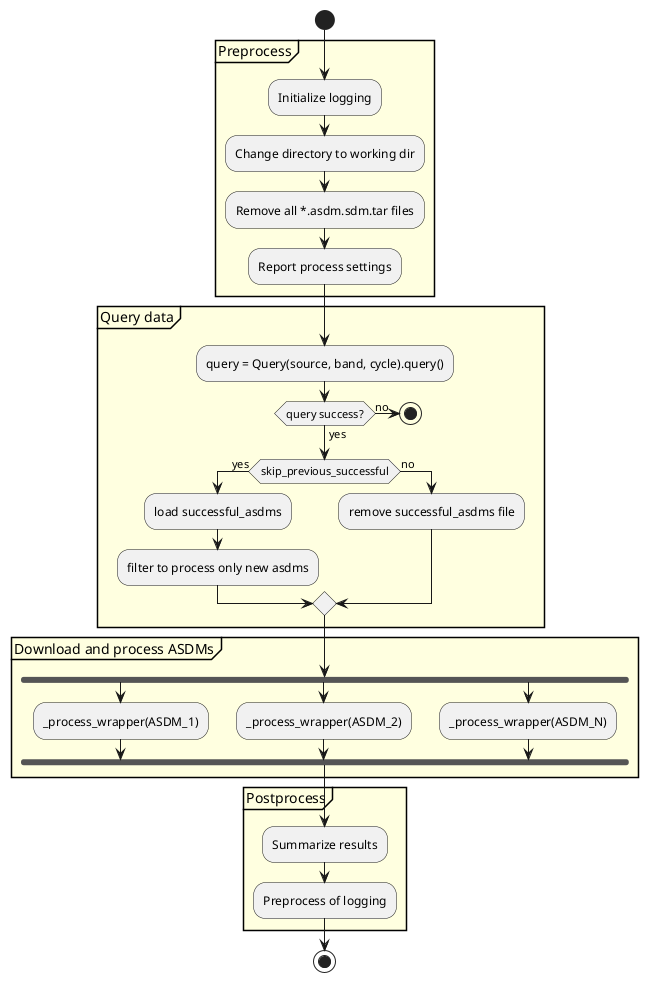
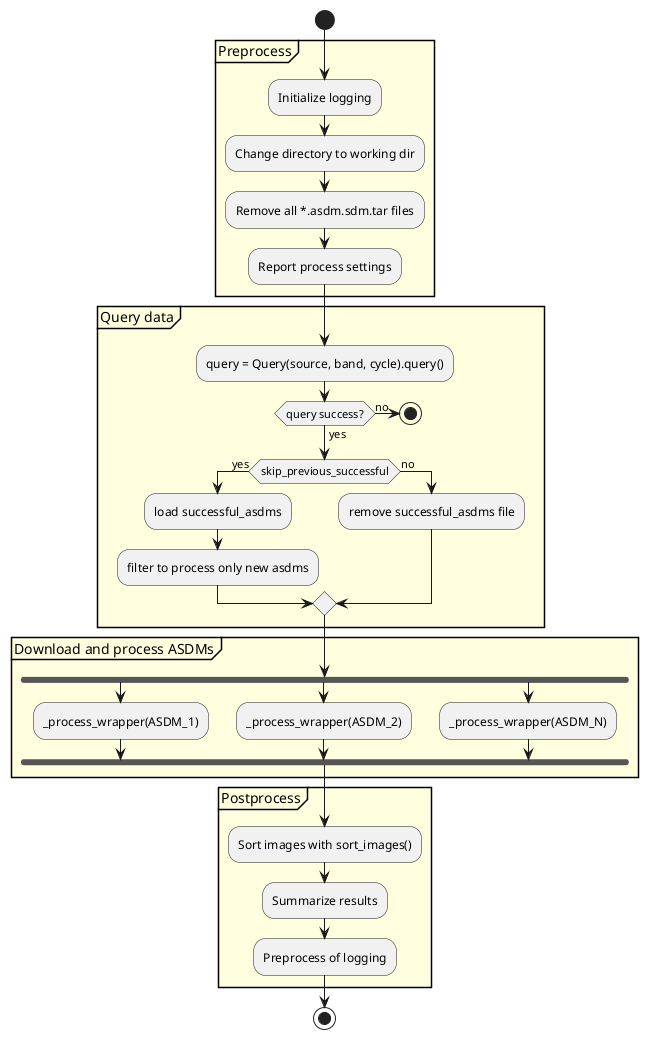
@startuml L4-almaqso.Almaqso.process-activity
start

partition "Preprocess" #LightYellow {
    :Initialize logging;
    :Change directory to working dir;
    :Remove all *.asdm.sdm.tar files;
    :Report process settings;
}
partition "Query data" #LightYellow {
    :query = Query(source, band, cycle).query();
    if (query success?) then (yes)
    else (no)
        stop
    endif

    if (skip_previous_successful) then (yes)
        :load successful_asdms;
        :filter to process only new asdms;
    else (no)
        :remove successful_asdms file;
    endif
}
partition "Download and process ASDMs" #LightYellow {
    fork
        :_process_wrapper(ASDM_1);
    fork again
        :_process_wrapper(ASDM_2);
    fork again
        :_process_wrapper(ASDM_N);
    end fork
}
partition "Postprocess" #LightYellow {
+     :Sort images with sort_images();
    :Summarize results;
    :Preprocess of logging;
}

stop
@enduml
